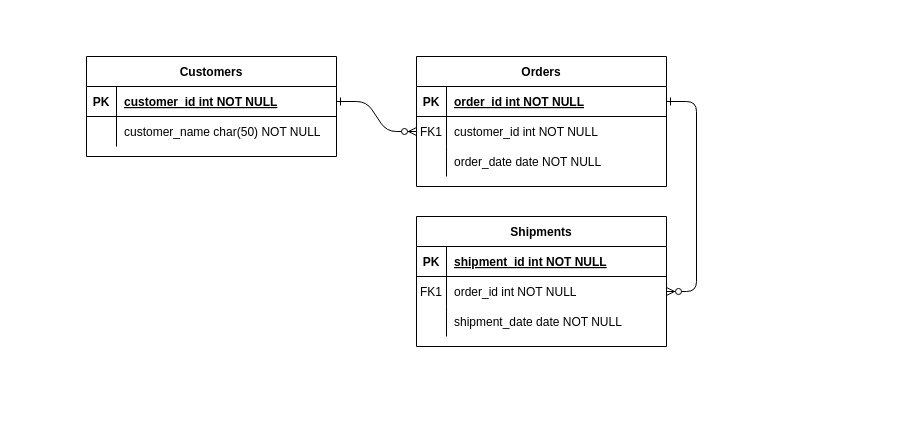
Earlier version of the draw.io diagram Untitled Diagram.drawio (Sudaishii/Sys_Flowchart). Source tidied: cells renumbered, new cells numbered last; positions are measured from the earlier drawing's top-left corner, leaving out a move shared by most shapes. Both pictures are drawn from the tidied source at 100%, with x=0, y=0 at pixel (86, 56).
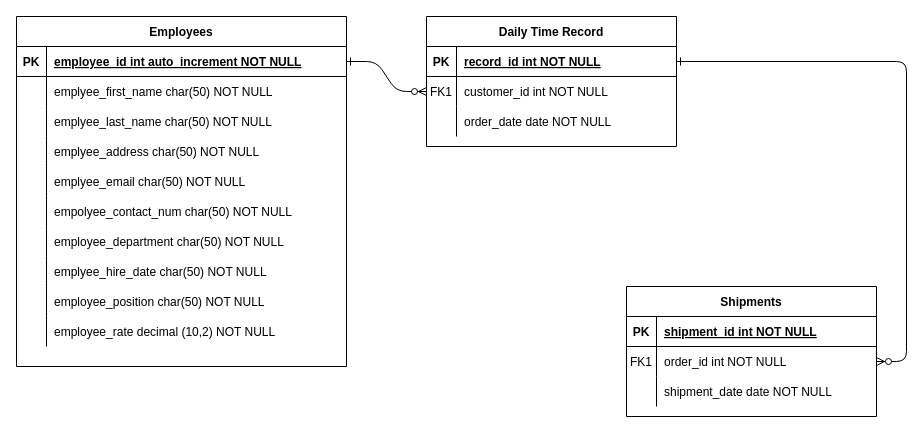
After the change.

The change refers to these unchanged cells:
```xml
<mxCell id="5" style="shape=partialRectangle;fillColor=none;points=[[0,0.5],[1,0.5]];portConstraint=eastwest;top=0;left=0;right=0;bottom=1;" parent="4" vertex="1">
  <mxGeometry y="30" width="250" height="30" as="geometry" />
</mxCell>
```

The edit, as a diff of the source:
```diff
@@
-    <mxCell id="4" value="Orders" style="shape=table;startSize=30;childLayout=tableLayout;rowLines=0;fontStyle=1;align=center;" parent="1" vertex="1">
-      <mxGeometry x="330" width="250" height="130" as="geometry" />
+    <mxCell id="4" value="Daily Time Record" style="shape=table;startSize=30;childLayout=tableLayout;rowLines=0;fontStyle=1;align=center;" parent="1" vertex="1">
+      <mxGeometry x="340" y="-40" width="250" height="130" as="geometry" />
     </mxCell>
@@
-    <mxCell id="7" value="order_id int NOT NULL " style="shape=partialRectangle;overflow=hidden;fillColor=none;top=0;left=0;bottom=0;right=0;align=left;spacingLeft=6;fontStyle=5;" parent="5" vertex="1">
+    <mxCell id="7" value="record_id int NOT NULL " style="shape=partialRectangle;overflow=hidden;fillColor=none;top=0;left=0;bottom=0;right=0;align=left;spacingLeft=6;fontStyle=5;" parent="5" vertex="1">
       <mxGeometry x="30" width="220" height="30" as="geometry" />
     </mxCell>
@@
     <mxCell id="14" value="Shipments" style="shape=table;startSize=30;childLayout=tableLayout;rowLines=0;fontStyle=1;align=center;" parent="1" vertex="1">
-      <mxGeometry x="330" y="160" width="250" height="130" as="geometry" />
+      <mxGeometry x="540" y="230" width="250" height="130" as="geometry" />
     </mxCell>
@@
-    <mxCell id="24" value="Customers" style="shape=table;startSize=30;childLayout=tableLayout;rowLines=0;fontStyle=1;align=center;" parent="1" vertex="1">
-      <mxGeometry width="250" height="100" as="geometry" />
+    <mxCell id="24" value="Employees" style="shape=table;startSize=30;childLayout=tableLayout;rowLines=0;fontStyle=1;align=center;" parent="1" vertex="1">
+      <mxGeometry x="-70" y="-40" width="330" height="350" as="geometry" />
     </mxCell>
     <mxCell id="25" style="shape=partialRectangle;fillColor=none;points=[[0,0.5],[1,0.5]];portConstraint=eastwest;top=0;left=0;right=0;bottom=1;" parent="24" vertex="1">
-      <mxGeometry y="30" width="250" height="30" as="geometry" />
+      <mxGeometry y="30" width="330" height="30" as="geometry" />
     </mxCell>
@@
-    <mxCell id="27" value="customer_id int NOT NULL " style="shape=partialRectangle;overflow=hidden;fillColor=none;top=0;left=0;bottom=0;right=0;align=left;spacingLeft=6;fontStyle=5;" parent="25" vertex="1">
-      <mxGeometry x="30" width="220" height="30" as="geometry" />
+    <mxCell id="27" value="employee_id int auto_increment NOT NULL " style="shape=partialRectangle;overflow=hidden;fillColor=none;top=0;left=0;bottom=0;right=0;align=left;spacingLeft=6;fontStyle=5;" parent="25" vertex="1">
+      <mxGeometry x="30" width="300" height="30" as="geometry" />
     </mxCell>
     <mxCell id="28" style="shape=partialRectangle;fillColor=none;top=0;left=0;right=0;bottom=0;" parent="24" vertex="1">
-      <mxGeometry y="60" width="250" height="30" as="geometry" />
+      <mxGeometry y="60" width="330" height="30" as="geometry" />
     </mxCell>
@@
-    <mxCell id="30" value="customer_name char(50) NOT NULL" style="shape=partialRectangle;overflow=hidden;fillColor=none;top=0;left=0;bottom=0;right=0;align=left;spacingLeft=6;" parent="28" vertex="1">
-      <mxGeometry x="30" width="220" height="30" as="geometry" />
+    <mxCell id="30" value="emplyee_first_name char(50) NOT NULL" style="shape=partialRectangle;overflow=hidden;fillColor=none;top=0;left=0;bottom=0;right=0;align=left;spacingLeft=6;" parent="28" vertex="1">
+      <mxGeometry x="30" width="300" height="30" as="geometry" />
     </mxCell>
+    <mxCell id="31" style="shape=partialRectangle;fillColor=none;top=0;left=0;right=0;bottom=0;" parent="24" vertex="1">
+      <mxGeometry y="90" width="330" height="30" as="geometry" />
+    </mxCell>
+    <mxCell id="32" style="shape=partialRectangle;overflow=hidden;fillColor=none;top=0;left=0;bottom=0;right=0;" parent="31" vertex="1">
+      <mxGeometry width="30" height="30" as="geometry" />
+    </mxCell>
+    <mxCell id="33" value="emplyee_last_name char(50) NOT NULL" style="shape=partialRectangle;overflow=hidden;fillColor=none;top=0;left=0;bottom=0;right=0;align=left;spacingLeft=6;" parent="31" vertex="1">
+      <mxGeometry x="30" width="300" height="30" as="geometry" />
+    </mxCell>
+    <mxCell id="34" style="shape=partialRectangle;fillColor=none;top=0;left=0;right=0;bottom=0;" parent="24" vertex="1">
+      <mxGeometry y="120" width="330" height="30" as="geometry" />
+    </mxCell>
+    <mxCell id="35" style="shape=partialRectangle;overflow=hidden;fillColor=none;top=0;left=0;bottom=0;right=0;" parent="34" vertex="1">
+      <mxGeometry width="30" height="30" as="geometry" />
+    </mxCell>
+    <mxCell id="36" value="emplyee_address char(50) NOT NULL" style="shape=partialRectangle;overflow=hidden;fillColor=none;top=0;left=0;bottom=0;right=0;align=left;spacingLeft=6;" parent="34" vertex="1">
+      <mxGeometry x="30" width="300" height="30" as="geometry" />
+    </mxCell>
+    <mxCell id="37" style="shape=partialRectangle;fillColor=none;top=0;left=0;right=0;bottom=0;" parent="24" vertex="1">
+      <mxGeometry y="150" width="330" height="30" as="geometry" />
+    </mxCell>
+    <mxCell id="38" style="shape=partialRectangle;overflow=hidden;fillColor=none;top=0;left=0;bottom=0;right=0;" parent="37" vertex="1">
+      <mxGeometry width="30" height="30" as="geometry" />
+    </mxCell>
+    <mxCell id="39" value="emplyee_email char(50) NOT NULL" style="shape=partialRectangle;overflow=hidden;fillColor=none;top=0;left=0;bottom=0;right=0;align=left;spacingLeft=6;" parent="37" vertex="1">
+      <mxGeometry x="30" width="300" height="30" as="geometry" />
+    </mxCell>
+    <mxCell id="40" style="shape=partialRectangle;fillColor=none;top=0;left=0;right=0;bottom=0;" parent="24" vertex="1">
+      <mxGeometry y="180" width="330" height="30" as="geometry" />
+    </mxCell>
+    <mxCell id="41" style="shape=partialRectangle;overflow=hidden;fillColor=none;top=0;left=0;bottom=0;right=0;" parent="40" vertex="1">
+      <mxGeometry width="30" height="30" as="geometry" />
+    </mxCell>
+    <mxCell id="42" value="empolyee_contact_num char(50) NOT NULL" style="shape=partialRectangle;overflow=hidden;fillColor=none;top=0;left=0;bottom=0;right=0;align=left;spacingLeft=6;" parent="40" vertex="1">
+      <mxGeometry x="30" width="300" height="30" as="geometry" />
+    </mxCell>
+    <mxCell id="43" style="shape=partialRectangle;fillColor=none;top=0;left=0;right=0;bottom=0;" parent="24" vertex="1">
+      <mxGeometry y="210" width="330" height="30" as="geometry" />
+    </mxCell>
+    <mxCell id="44" style="shape=partialRectangle;overflow=hidden;fillColor=none;top=0;left=0;bottom=0;right=0;" parent="43" vertex="1">
+      <mxGeometry width="30" height="30" as="geometry" />
+    </mxCell>
+    <mxCell id="45" value="employee_department char(50) NOT NULL" style="shape=partialRectangle;overflow=hidden;fillColor=none;top=0;left=0;bottom=0;right=0;align=left;spacingLeft=6;" parent="43" vertex="1">
+      <mxGeometry x="30" width="300" height="30" as="geometry" />
+    </mxCell>
+    <mxCell id="46" style="shape=partialRectangle;fillColor=none;top=0;left=0;right=0;bottom=0;" parent="24" vertex="1">
+      <mxGeometry y="240" width="330" height="30" as="geometry" />
+    </mxCell>
+    <mxCell id="47" style="shape=partialRectangle;overflow=hidden;fillColor=none;top=0;left=0;bottom=0;right=0;" parent="46" vertex="1">
+      <mxGeometry width="30" height="30" as="geometry" />
+    </mxCell>
+    <mxCell id="48" value="emplyee_hire_date char(50) NOT NULL" style="shape=partialRectangle;overflow=hidden;fillColor=none;top=0;left=0;bottom=0;right=0;align=left;spacingLeft=6;" parent="46" vertex="1">
+      <mxGeometry x="30" width="300" height="30" as="geometry" />
+    </mxCell>
+    <mxCell id="49" style="shape=partialRectangle;fillColor=none;top=0;left=0;right=0;bottom=0;" parent="24" vertex="1">
+      <mxGeometry y="270" width="330" height="30" as="geometry" />
+    </mxCell>
+    <mxCell id="50" style="shape=partialRectangle;overflow=hidden;fillColor=none;top=0;left=0;bottom=0;right=0;" parent="49" vertex="1">
+      <mxGeometry width="30" height="30" as="geometry" />
+    </mxCell>
+    <mxCell id="51" value="employee_position char(50) NOT NULL" style="shape=partialRectangle;overflow=hidden;fillColor=none;top=0;left=0;bottom=0;right=0;align=left;spacingLeft=6;" parent="49" vertex="1">
+      <mxGeometry x="30" width="300" height="30" as="geometry" />
+    </mxCell>
+    <mxCell id="52" style="shape=partialRectangle;fillColor=none;top=0;left=0;right=0;bottom=0;" parent="24" vertex="1">
+      <mxGeometry y="300" width="330" height="30" as="geometry" />
+    </mxCell>
+    <mxCell id="53" style="shape=partialRectangle;overflow=hidden;fillColor=none;top=0;left=0;bottom=0;right=0;" parent="52" vertex="1">
+      <mxGeometry width="30" height="30" as="geometry" />
+    </mxCell>
+    <mxCell id="54" value="employee_rate decimal (10,2) NOT NULL" style="shape=partialRectangle;overflow=hidden;fillColor=none;top=0;left=0;bottom=0;right=0;align=left;spacingLeft=6;" parent="52" vertex="1">
+      <mxGeometry x="30" width="300" height="30" as="geometry" />
+    </mxCell>
```
